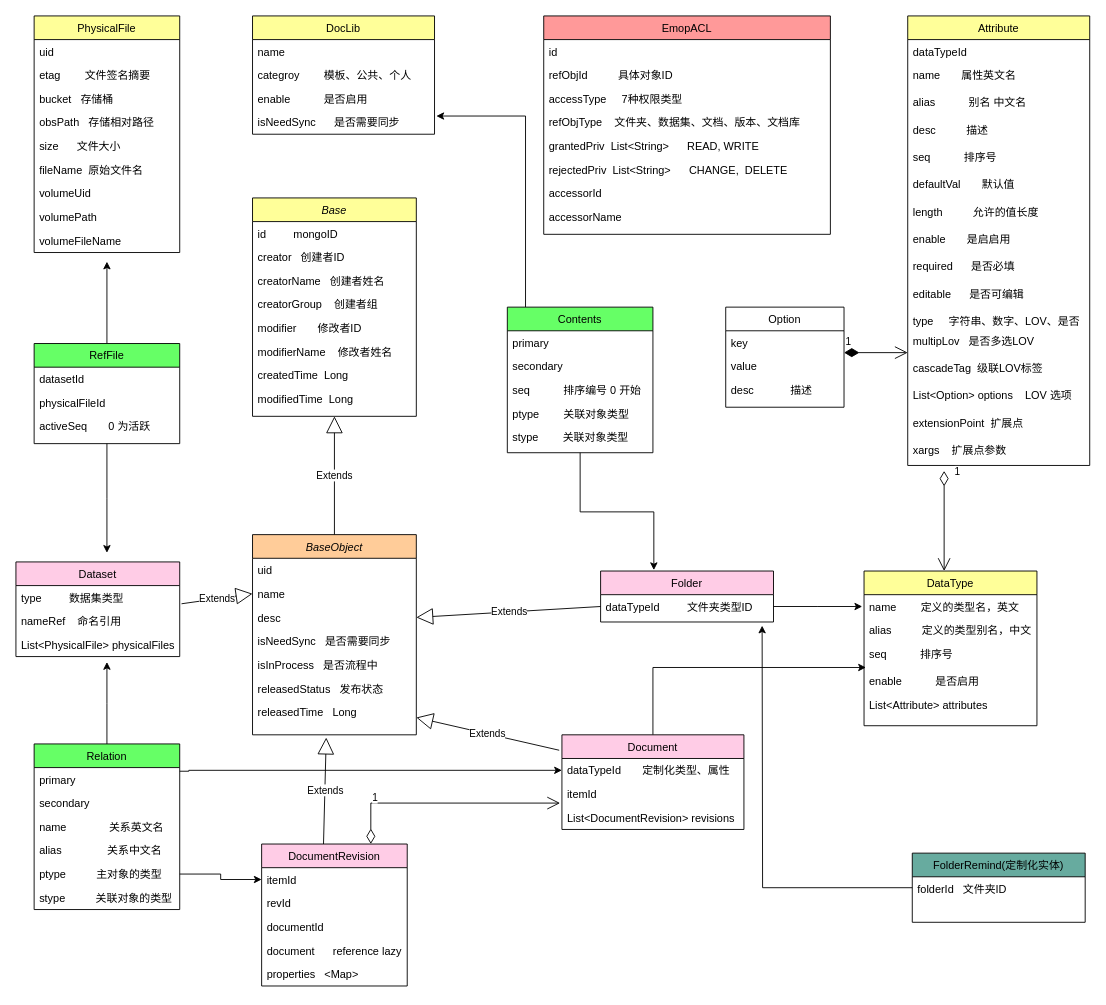
lvmq/emop keeps this draw.io diagram as doc.drawio. Above is the earlier version. Source tidied: cells renumbered, new cells numbered last; positions are measured from the earlier drawing's top-left corner, leaving out a move shared by most shapes. Both pictures are drawn from the tidied source at 91%, with x=0, y=0 at pixel (15, 15).
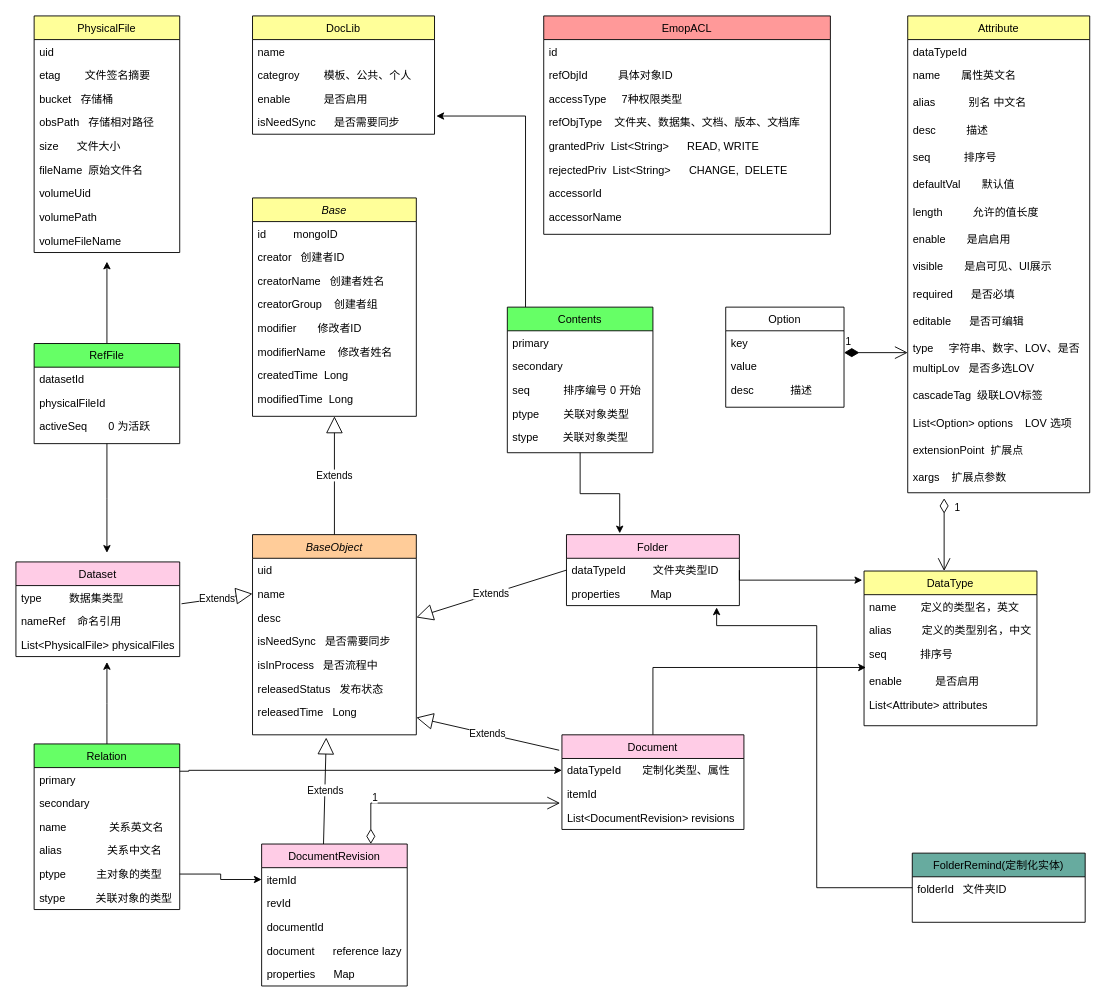
The same page after the edit.

The change refers to these unchanged cells:
```xml
<mxCell id="15" value="dataTypeId         文件夹类型ID" style="text;align=left;verticalAlign=top;spacingLeft=4;spacingRight=4;overflow=hidden;points=[[0,0.5],[1,0.5]];portConstraint=eastwest;" parent="14" vertex="1">
  <mxGeometry y="26" width="190" height="26" as="geometry" />
</mxCell>
<mxCell id="21" value="DocumentRevision" style="swimlane;fontStyle=0;align=center;verticalAlign=top;horizontal=1;startSize=26;rounded=0;shadow=0;strokeWidth=1;fillColor=#FFCCE6;" parent="1" vertex="1">
  <mxGeometry x="270" y="910" width="160" height="156" as="geometry" />
</mxCell>
<mxCell id="120" value="FolderRemind(定制化实体)" style="swimlane;fontStyle=0;align=center;verticalAlign=top;horizontal=1;startSize=26;rounded=0;shadow=0;strokeWidth=1;fillColor=#67AB9F;" parent="1" vertex="1">
  <mxGeometry x="985" y="920" width="190" height="76" as="geometry" />
</mxCell>
```

What changed in the source:
```diff
@@
     <mxCell id="14" value="Folder&#10;" style="swimlane;fontStyle=0;align=center;verticalAlign=top;horizontal=1;startSize=26;rounded=0;shadow=0;strokeWidth=1;fillColor=#FFCCE6;" parent="1" vertex="1">
-      <mxGeometry x="642.5" y="610" width="190" height="56" as="geometry" />
+      <mxGeometry x="605" y="570" width="190" height="78" as="geometry" />
     </mxCell>
@@
+    <mxCell id="123" value="properties          Map" style="text;align=left;verticalAlign=top;spacingLeft=4;spacingRight=4;overflow=hidden;" parent="14" vertex="1">
+      <mxGeometry y="52" width="190" height="26" as="geometry" />
+    </mxCell>
@@
-    <mxCell id="26" value="properties   &lt;Map&gt;" style="text;align=left;verticalAlign=top;spacingLeft=4;spacingRight=4;overflow=hidden;" parent="21" vertex="1">
+    <mxCell id="26" value="properties      Map" style="text;align=left;verticalAlign=top;spacingLeft=4;spacingRight=4;overflow=hidden;" parent="21" vertex="1">
       <mxGeometry y="130" width="160" height="26" as="geometry" />
     </mxCell>
@@
     <mxCell id="59" value="Attribute" style="swimlane;fontStyle=0;align=center;verticalAlign=top;horizontal=1;startSize=26;rounded=0;shadow=0;strokeWidth=1;fillColor=#FFFF99;" parent="1" vertex="1">
-      <mxGeometry x="980" width="200" height="494" as="geometry" />
+      <mxGeometry x="980" width="200" height="524" as="geometry" />
     </mxCell>
@@
+    <mxCell id="124" value="visible       是启可见、UI展示" style="text;align=left;verticalAlign=top;spacingLeft=4;spacingRight=4;overflow=hidden;" parent="59" vertex="1">
+      <mxGeometry y="262" width="200" height="30" as="geometry" />
+    </mxCell>
     <mxCell id="68" value="required      是否必填" style="text;align=left;verticalAlign=top;spacingLeft=4;spacingRight=4;overflow=hidden;" parent="59" vertex="1">
-      <mxGeometry y="262" width="200" height="30" as="geometry" />
+      <mxGeometry y="292" width="200" height="30" as="geometry" />
     </mxCell>
     <mxCell id="69" value="editable      是否可编辑" style="text;align=left;verticalAlign=top;spacingLeft=4;spacingRight=4;overflow=hidden;" parent="59" vertex="1">
-      <mxGeometry y="292" width="200" height="30" as="geometry" />
+      <mxGeometry y="322" width="200" height="30" as="geometry" />
     </mxCell>
     <mxCell id="70" value="type     字符串、数字、LOV、是否" style="text;align=left;verticalAlign=top;spacingLeft=4;spacingRight=4;overflow=hidden;" parent="59" vertex="1">
-      <mxGeometry y="322" width="200" height="22" as="geometry" />
+      <mxGeometry y="352" width="200" height="22" as="geometry" />
     </mxCell>
     <mxCell id="71" value="multipLov   是否多选LOV  " style="text;align=left;verticalAlign=top;spacingLeft=4;spacingRight=4;overflow=hidden;" parent="59" vertex="1">
-      <mxGeometry y="344" width="200" height="30" as="geometry" />
+      <mxGeometry y="374" width="200" height="30" as="geometry" />
     </mxCell>
     <mxCell id="72" value="cascadeTag  级联LOV标签  " style="text;align=left;verticalAlign=top;spacingLeft=4;spacingRight=4;overflow=hidden;" parent="59" vertex="1">
-      <mxGeometry y="374" width="200" height="30" as="geometry" />
+      <mxGeometry y="404" width="200" height="30" as="geometry" />
     </mxCell>
     <mxCell id="73" value="List&lt;Option&gt; options    LOV 选项" style="text;align=left;verticalAlign=top;spacingLeft=4;spacingRight=4;overflow=hidden;" parent="59" vertex="1">
-      <mxGeometry y="404" width="200" height="30" as="geometry" />
+      <mxGeometry y="434" width="200" height="30" as="geometry" />
     </mxCell>
     <mxCell id="74" value="extensionPoint  扩展点" style="text;align=left;verticalAlign=top;spacingLeft=4;spacingRight=4;overflow=hidden;" parent="59" vertex="1">
-      <mxGeometry y="434" width="200" height="30" as="geometry" />
+      <mxGeometry y="464" width="200" height="30" as="geometry" />
     </mxCell>
     <mxCell id="75" value="xargs    扩展点参数" style="text;align=left;verticalAlign=top;spacingLeft=4;spacingRight=4;overflow=hidden;" parent="59" vertex="1">
-      <mxGeometry y="464" width="200" height="30" as="geometry" />
+      <mxGeometry y="494" width="200" height="30" as="geometry" />
     </mxCell>
@@
     <mxCell id="111" value="1" style="endArrow=open;html=1;endSize=12;startArrow=diamondThin;startSize=14;startFill=0;edgeStyle=orthogonalEdgeStyle;align=left;verticalAlign=bottom;rounded=0;" parent="1" edge="1">
-      <mxGeometry x="-0.82" y="10" relative="1" as="geometry">
-        <mxPoint x="1020" y="500" as="sourcePoint" />
+      <mxGeometry x="-0.5" y="10" relative="1" as="geometry">
+        <mxPoint x="1020" y="530" as="sourcePoint" />
         <mxPoint x="1020" y="610" as="targetPoint" />
       </mxGeometry>
     </mxCell>
@@
     <mxCell id="117" style="edgeStyle=orthogonalEdgeStyle;rounded=0;jettySize=auto;html=1;exitX=1;exitY=0.5;exitDx=0;exitDy=0;" parent="1" edge="1" source="15">
       <mxGeometry relative="1" as="geometry">
-        <mxPoint x="930" y="649" as="targetPoint" />
+        <mxPoint x="930" y="620" as="targetPoint" />
+        <Array as="points">
+          <mxPoint x="795" y="620" />
+        </Array>
       </mxGeometry>
     </mxCell>
@@
     <mxCell id="119" style="edgeStyle=orthogonalEdgeStyle;rounded=0;jettySize=auto;html=1;" parent="1" edge="1" source="120">
       <mxGeometry relative="1" as="geometry">
-        <mxPoint x="820" y="670" as="targetPoint" />
+        <mxPoint x="770" y="650" as="targetPoint" />
+        <Array as="points">
+          <mxPoint x="880" y="958" />
+          <mxPoint x="880" y="670" />
+          <mxPoint x="770" y="670" />
+        </Array>
       </mxGeometry>
     </mxCell>
```
